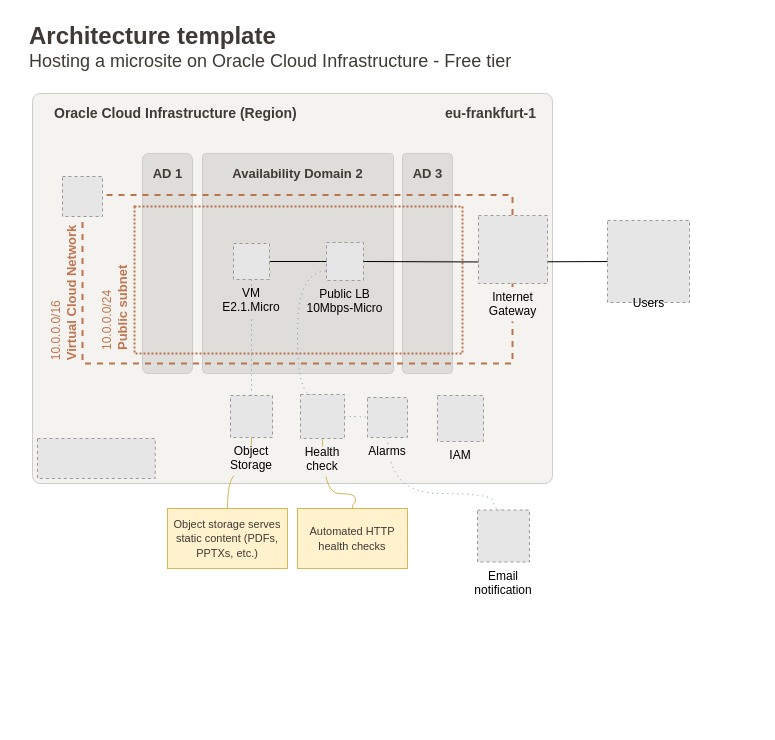
wini2x/wini2x keeps this draw.io diagram as honeybizz.drawio. Above is the earlier version. Source tidied: cells renumbered, new cells numbered last; positions are measured from the earlier drawing's top-left corner, leaving out a move shared by most shapes. Both pictures are drawn from the tidied source at 100%, with x=0, y=0 at pixel (-12, 17). Pictures stored in the file or linked from it are replaced by grey dashed boxes.
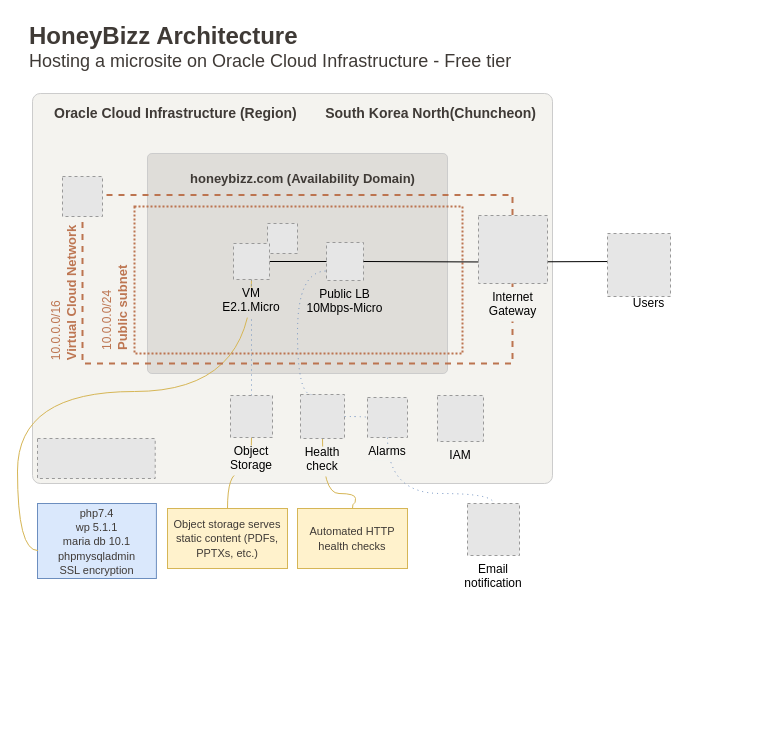
After the change.

The change refers to these unchanged cells:
```xml
<mxCell id="35" value="VM&#10;E2.1.Micro" style="fillColor=#E6E6E6;strokeColor=#999999;dashed=1;verticalLabelPosition=bottom;verticalAlign=top;labelBackgroundColor=#dfddd9;" parent="31" vertex="1">
  <mxGeometry x="245" y="226" width="36" height="36" as="geometry" />
</mxCell>
```

Change to the diagram source:
```diff
@@
-    <mxCell id="5" value="&lt;font color=&quot;#3f3a36&quot; size=&quot;1&quot;&gt;&lt;b style=&quot;font-size: 14px&quot;&gt;eu-frankfurt-1&lt;/b&gt;&lt;/font&gt;" style="text;html=1;align=right;verticalAlign=middle;" parent="1" vertex="1">
-      <mxGeometry x="439" y="86" width="110" height="20" as="geometry" />
+    <mxCell id="5" value="&lt;font color=&quot;#3f3a36&quot; size=&quot;1&quot;&gt;&lt;b style=&quot;font-size: 14px&quot;&gt;South Korea North(Chuncheon)&lt;/b&gt;&lt;/font&gt;" style="text;html=1;align=right;verticalAlign=middle;" parent="1" vertex="1">
+      <mxGeometry x="319" y="81" width="230" height="30" as="geometry" />
     </mxCell>
@@
+    <mxCell id="43" value="&lt;font color=&quot;#3f3a36&quot;&gt;&lt;span style=&quot;font-size: 11px;&quot;&gt;php7.4&lt;br&gt;wp 5.1.1&lt;br&gt;maria db 10.1&lt;br&gt;phpmysqladmin&lt;br&gt;SSL encryption&lt;br&gt;&lt;/span&gt;&lt;/font&gt;" style="whiteSpace=wrap;html=1;labelBackgroundColor=none;fillColor=#dae8fc;strokeColor=#6c8ebf;" parent="1" vertex="1">
+      <mxGeometry x="49" y="486" width="118.9" height="75" as="geometry" />
+    </mxCell>
+    <mxCell id="44" style="rounded=1;whiteSpace=wrap;html=1;strokeColor=#CCCCCC;arcSize=2;fillColor=#DFDDD9;" parent="1" vertex="1">
+      <mxGeometry x="159" y="136" width="300" height="220" as="geometry" />
+    </mxCell>
+    <mxCell id="45" style="edgeStyle=orthogonalEdgeStyle;jettySize=auto;html=1;exitX=0.003;exitY=0.628;exitDx=0;exitDy=0;startArrow=none;startFill=0;endArrow=none;endFill=0;strokeColor=#d6b656;fillColor=#fff2cc;curved=1;exitPerimeter=0;" parent="1" edge="1" source="43" target="35">
+      <mxGeometry relative="1" as="geometry" />
+    </mxCell>
+    <mxCell id="46" style="fillColor=#E6E6E6;strokeColor=#999999;dashed=1;verticalLabelPosition=bottom;labelBackgroundColor=default;verticalAlign=top;" parent="1" vertex="1">
+      <mxGeometry x="279" y="206" width="30" height="30" as="geometry" />
+    </mxCell>
@@
-    <mxCell id="8" style="rounded=1;whiteSpace=wrap;html=1;strokeColor=#CCCCCC;arcSize=12;fillColor=#DFDDD9;" parent="7" vertex="1">
-      <mxGeometry x="154" y="136" width="50" height="220" as="geometry" />
-    </mxCell>
-    <mxCell id="9" value="&lt;font color=&quot;#3f3a36&quot; size=&quot;1&quot;&gt;&lt;b style=&quot;font-size: 13px&quot;&gt;AD 1&lt;/b&gt;&lt;/font&gt;" style="text;html=1;align=center;verticalAlign=middle;" parent="7" vertex="1">
-      <mxGeometry x="154" y="146" width="50" height="20" as="geometry" />
-    </mxCell>
-    <mxCell id="10" style="rounded=1;whiteSpace=wrap;html=1;strokeColor=#CCCCCC;arcSize=2;fillColor=#DFDDD9;" parent="7" vertex="1">
-      <mxGeometry x="214" y="136" width="191" height="220" as="geometry" />
-    </mxCell>
-    <mxCell id="11" value="&lt;font color=&quot;#3f3a36&quot; size=&quot;1&quot;&gt;&lt;b style=&quot;font-size: 13px&quot;&gt;Availability Domain 2&lt;/b&gt;&lt;/font&gt;" style="text;html=1;align=center;verticalAlign=middle;" parent="7" vertex="1">
-      <mxGeometry x="234" y="146" width="150" height="20" as="geometry" />
+    <mxCell id="11" value="&lt;font color=&quot;#3f3a36&quot; size=&quot;1&quot;&gt;&lt;b style=&quot;font-size: 13px&quot;&gt;honeybizz.com (Availability Domain)&lt;/b&gt;&lt;/font&gt;" style="text;html=1;align=center;verticalAlign=middle;" parent="7" vertex="1">
+      <mxGeometry x="189" y="146" width="250" height="30" as="geometry" />
     </mxCell>
-    <mxCell id="12" style="rounded=1;whiteSpace=wrap;html=1;strokeColor=#CCCCCC;arcSize=8;fillColor=#DFDDD9;" parent="7" vertex="1">
-      <mxGeometry x="414" y="136" width="50" height="220" as="geometry" />
-    </mxCell>
-    <mxCell id="13" value="&lt;font color=&quot;#3f3a36&quot; size=&quot;1&quot;&gt;&lt;b style=&quot;font-size: 13px&quot;&gt;AD 3&lt;/b&gt;&lt;/font&gt;" style="text;html=1;align=center;verticalAlign=middle;" parent="7" vertex="1">
-      <mxGeometry x="414" y="146" width="50" height="20" as="geometry" />
-    </mxCell>
@@
-    <mxCell id="15" value="&lt;font color=&quot;#3f3a36&quot;&gt;&lt;font&gt;&lt;b style=&quot;font-size: 24px&quot;&gt;Architecture template&amp;nbsp;&lt;/b&gt;&lt;span style=&quot;font-size: 24px&quot;&gt;&lt;b&gt;&lt;br&gt;&lt;/b&gt;&lt;/span&gt;&lt;/font&gt;&lt;font style=&quot;font-size: 18px&quot;&gt;Hosting a microsite on Oracle Cloud Infrastructure - Free tier&lt;/font&gt;&lt;br&gt;&lt;/font&gt;" style="text;html=1;strokeColor=none;fillColor=none;align=left;verticalAlign=middle;whiteSpace=wrap;rounded=0;" parent="14" vertex="1">
+    <mxCell id="15" value="&lt;font color=&quot;#3f3a36&quot;&gt;&lt;font&gt;&lt;b style=&quot;font-size: 24px&quot;&gt;HoneyBizz Architecture&amp;nbsp;&lt;/b&gt;&lt;span style=&quot;font-size: 24px&quot;&gt;&lt;b&gt;&lt;br&gt;&lt;/b&gt;&lt;/span&gt;&lt;/font&gt;&lt;font style=&quot;font-size: 18px&quot;&gt;Hosting a microsite on Oracle Cloud Infrastructure - Free tier&lt;/font&gt;&lt;br&gt;&lt;/font&gt;" style="text;html=1;strokeColor=none;fillColor=none;align=left;verticalAlign=middle;whiteSpace=wrap;rounded=0;" parent="14" vertex="1">
       <mxGeometry x="39" width="560" height="60" as="geometry" />
     </mxCell>
@@
     <mxCell id="36" style="fillColor=#E6E6E6;strokeColor=#999999;dashed=1;verticalLabelPosition=bottom;verticalAlign=top;labelBackgroundColor=none;" parent="31" vertex="1">
-      <mxGeometry x="619" y="203" width="82" height="82" as="geometry" />
+      <mxGeometry x="619" y="216" width="63" height="63" as="geometry" />
     </mxCell>
@@
     <mxCell id="38" value="Email &#10;notification" style="fillColor=#E6E6E6;strokeColor=#999999;dashed=1;verticalLabelPosition=bottom;verticalAlign=top;labelBackgroundColor=none;" parent="31" vertex="1">
-      <mxGeometry x="489" y="492.5" width="52" height="52" as="geometry" />
+      <mxGeometry x="479" y="486" width="52" height="52" as="geometry" />
     </mxCell>
```
